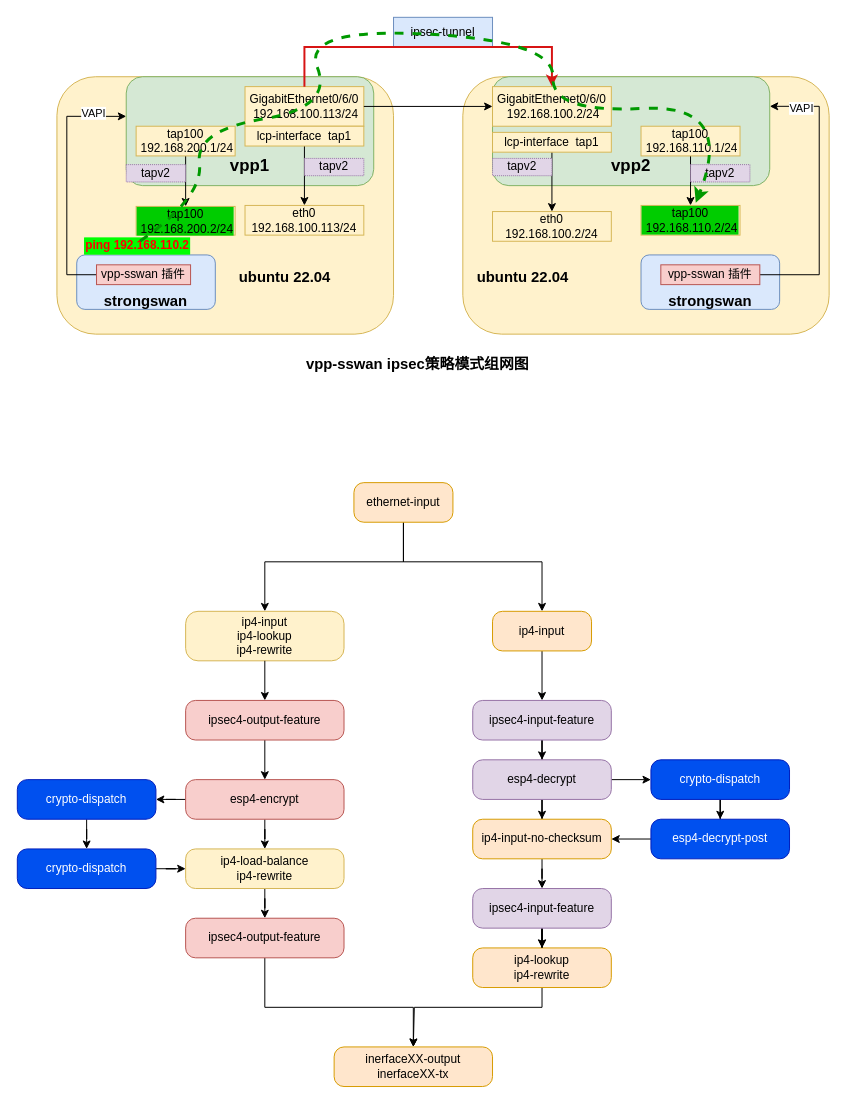
This is new_map/strongswan-vpp.drawio from jin13417/dpdk-vpp-learning, a draw.io file, before an edit. Source tidied: cells renumbered, new cells numbered last; positions are measured from the earlier drawing's top-left corner, leaving out a move shared by most shapes. Both pictures are drawn from the tidied source at 99%, with x=0, y=0 at pixel (17, 17).
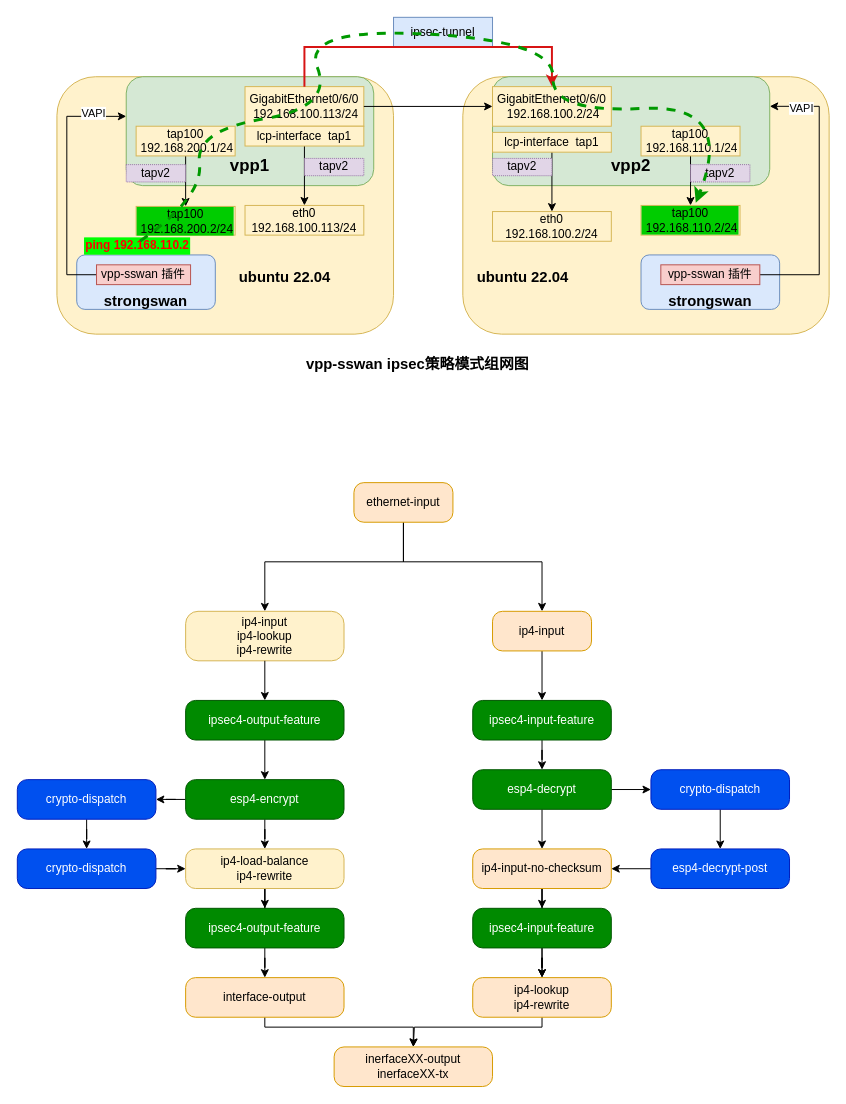
Above is the later version.

Unchanged cells that the change refers to:
```xml
<mxCell id="52" value="inerfaceXX-output&lt;br&gt;inerfaceXX-tx" style="rounded=1;whiteSpace=wrap;html=1;arcSize=25;fillColor=#ffe6cc;strokeColor=#d79b00;" parent="1" vertex="1">
  <mxGeometry x="320" y="1040" width="160" height="40" as="geometry" />
</mxCell>
```

Change to the diagram source:
```diff
@@
-    <mxCell id="44" value="ipsec4-output-feature" style="rounded=1;whiteSpace=wrap;html=1;arcSize=25;fillColor=#f8cecc;strokeColor=#b85450;" parent="1" vertex="1">
+    <mxCell id="44" value="ipsec4-output-feature" style="rounded=1;whiteSpace=wrap;html=1;arcSize=25;fillColor=#008a00;strokeColor=#005700;fontColor=#ffffff;" parent="1" vertex="1">
       <mxGeometry x="170" y="690" width="160" height="40" as="geometry" />
     </mxCell>
@@
-    <mxCell id="47" value="esp4-encrypt" style="rounded=1;whiteSpace=wrap;html=1;arcSize=25;fillColor=#f8cecc;strokeColor=#b85450;" parent="1" vertex="1">
+    <mxCell id="47" value="esp4-encrypt" style="rounded=1;whiteSpace=wrap;html=1;arcSize=25;fillColor=#008a00;strokeColor=#005700;fontColor=#ffffff;" parent="1" vertex="1">
       <mxGeometry x="170" y="770" width="160" height="40" as="geometry" />
     </mxCell>
@@
-    <mxCell id="50" style="edgeStyle=orthogonalEdgeStyle;rounded=0;jettySize=auto;html=1;exitX=0.5;exitY=1;exitDx=0;exitDy=0;" parent="1" edge="1" source="51" target="52">
+    <mxCell id="50" style="edgeStyle=orthogonalEdgeStyle;rounded=0;jettySize=auto;html=1;exitX=0.5;exitY=1;exitDx=0;exitDy=0;" parent="1" edge="1" source="76" target="52">
       <mxGeometry relative="1" as="geometry">
         <Array as="points">
-          <mxPoint x="250" y="1000" />
-          <mxPoint x="400" y="1000" />
+          <mxPoint x="250" y="1020" />
+          <mxPoint x="400" y="1020" />
         </Array>
       </mxGeometry>
     </mxCell>
+    <mxCell id="75" style="edgeStyle=orthogonalEdgeStyle;rounded=0;jettySize=auto;html=1;" parent="1" edge="1" source="51" target="76">
+      <mxGeometry relative="1" as="geometry" />
+    </mxCell>
-    <mxCell id="51" value="ipsec4-output-feature" style="rounded=1;whiteSpace=wrap;html=1;arcSize=25;fillColor=#f8cecc;strokeColor=#b85450;" parent="1" vertex="1">
-      <mxGeometry x="170" y="910" width="160" height="40" as="geometry" />
+    <mxCell id="51" value="ipsec4-output-feature" style="rounded=1;whiteSpace=wrap;html=1;arcSize=25;fillColor=#008a00;strokeColor=#005700;fontColor=#ffffff;" parent="1" vertex="1">
+      <mxGeometry x="170" y="900" width="160" height="40" as="geometry" />
     </mxCell>
@@
-    <mxCell id="56" value="ipsec4-input-feature" style="rounded=1;whiteSpace=wrap;html=1;arcSize=25;fillColor=#e1d5e7;strokeColor=#9673a6;" parent="1" vertex="1">
+    <mxCell id="56" value="ipsec4-input-feature" style="rounded=1;whiteSpace=wrap;html=1;arcSize=25;fillColor=#008a00;strokeColor=#005700;fontColor=#ffffff;" parent="1" vertex="1">
       <mxGeometry x="460" y="690" width="140" height="40" as="geometry" />
     </mxCell>
@@
-    <mxCell id="60" value="esp4-decrypt" style="rounded=1;whiteSpace=wrap;html=1;arcSize=25;fillColor=#e1d5e7;strokeColor=#9673a6;" parent="1" vertex="1">
-      <mxGeometry x="460" y="750" width="140" height="40" as="geometry" />
+    <mxCell id="60" value="esp4-decrypt" style="rounded=1;whiteSpace=wrap;html=1;arcSize=25;fillColor=#008a00;strokeColor=#005700;fontColor=#ffffff;" parent="1" vertex="1">
+      <mxGeometry x="460" y="760" width="140" height="40" as="geometry" />
     </mxCell>
     <mxCell id="61" style="edgeStyle=orthogonalEdgeStyle;rounded=0;jettySize=auto;html=1;" parent="1" edge="1" source="62">
       <mxGeometry relative="1" as="geometry">
         <mxPoint x="400" y="1040" as="targetPoint" />
         <Array as="points">
-          <mxPoint x="530" y="1000" />
-          <mxPoint x="401" y="1000" />
+          <mxPoint x="530" y="1020" />
+          <mxPoint x="401" y="1020" />
         </Array>
       </mxGeometry>
     </mxCell>
     <mxCell id="62" value="ip4-lookup&lt;br&gt;ip4-rewrite" style="rounded=1;whiteSpace=wrap;html=1;arcSize=25;fillColor=#ffe6cc;strokeColor=#d79b00;" parent="1" vertex="1">
-      <mxGeometry x="460" y="940" width="140" height="40" as="geometry" />
+      <mxGeometry x="460" y="970" width="140" height="40" as="geometry" />
     </mxCell>
@@
     <mxCell id="64" value="crypto-dispatch" style="rounded=1;whiteSpace=wrap;html=1;arcSize=25;fillColor=#0050ef;strokeColor=#001DBC;fontColor=#ffffff;" parent="1" vertex="1">
-      <mxGeometry x="640" y="750" width="140" height="40" as="geometry" />
+      <mxGeometry x="640" y="760" width="140" height="40" as="geometry" />
     </mxCell>
@@
     <mxCell id="66" value="esp4-decrypt-post" style="rounded=1;whiteSpace=wrap;html=1;arcSize=25;fillColor=#0050ef;strokeColor=#001DBC;fontColor=#ffffff;" parent="1" vertex="1">
-      <mxGeometry x="640" y="810" width="140" height="40" as="geometry" />
+      <mxGeometry x="640" y="840" width="140" height="40" as="geometry" />
     </mxCell>
@@
     <mxCell id="68" value="ip4-input-no-checksum" style="rounded=1;whiteSpace=wrap;html=1;arcSize=25;fillColor=#ffe6cc;strokeColor=#d79b00;" parent="1" vertex="1">
-      <mxGeometry x="460" y="810" width="140" height="40" as="geometry" />
+      <mxGeometry x="460" y="840" width="140" height="40" as="geometry" />
     </mxCell>
@@
-    <mxCell id="70" value="ipsec4-input-feature" style="rounded=1;whiteSpace=wrap;html=1;arcSize=25;fillColor=#e1d5e7;strokeColor=#9673a6;" parent="1" vertex="1">
-      <mxGeometry x="460" y="880" width="140" height="40" as="geometry" />
+    <mxCell id="70" value="ipsec4-input-feature" style="rounded=1;whiteSpace=wrap;html=1;arcSize=25;fillColor=#008a00;strokeColor=#005700;fontColor=#ffffff;" parent="1" vertex="1">
+      <mxGeometry x="460" y="900" width="140" height="40" as="geometry" />
     </mxCell>
@@
+    <mxCell id="76" value="interface-output" style="rounded=1;whiteSpace=wrap;html=1;arcSize=25;fillColor=#ffe6cc;strokeColor=#d79b00;" parent="1" vertex="1">
+      <mxGeometry x="170" y="970" width="160" height="40" as="geometry" />
+    </mxCell>
```
